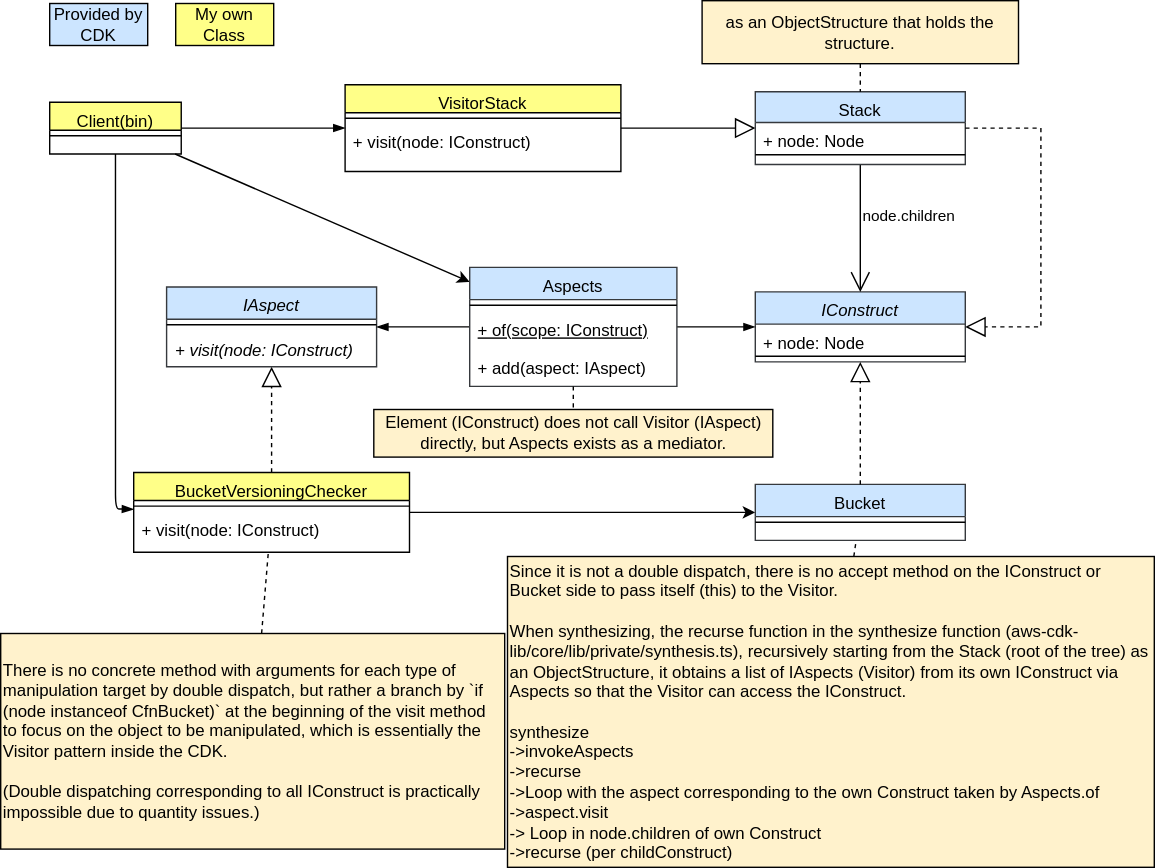
Above: drawio/visitor/visitor-cdk-simplified.drawio.svg in go-to-k/cdk-gof-design-pattern (draw.io), before the change. Source tidied: cells renumbered, new cells last; positions are measured from the earlier drawing's top-left corner, leaving out a move shared by most shapes.
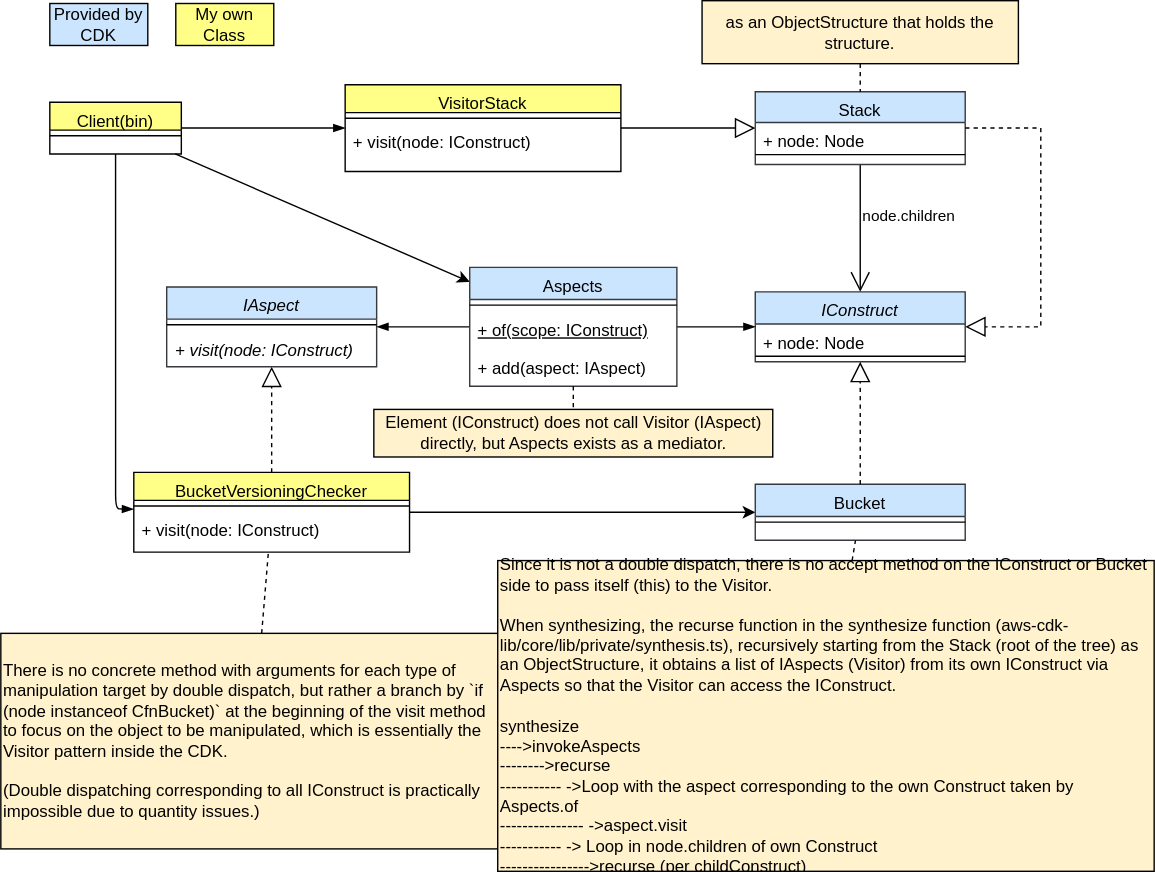
After the change.

Commit message:
update: diagrams comments for visitor pattern again

Change to the diagram source:
```diff
@@ -59,8 +59,8 @@
     <mxCell id="20" style="edgeStyle=none;html=1;dashed=1;strokeColor=#000000;endArrow=none;endFill=0;" parent="1" edge="1" source="21" target="12">
       <mxGeometry relative="1" as="geometry" />
     </mxCell>
-    <mxCell id="21" value="&lt;div&gt;Since it is not a double dispatch, there is no accept method on the IConstruct or Bucket side to pass itself (this) to the Visitor.&lt;/div&gt;&lt;div&gt;&lt;/div&gt;&lt;span style=&quot;text-align: center;&quot;&gt;&lt;br&gt;When synthesizing, the recurse function in the synthesize function (aws-cdk-lib/core/lib/private/synthesis.ts), recursively starting from the Stack (root of the tree) as an ObjectStructure, it obtains a list of IAspects (Visitor) from its own IConstruct via Aspects so that the Visitor can access the IConstruct.&lt;br&gt;&lt;br&gt;&lt;/span&gt;&lt;div&gt;synthesize&lt;/div&gt;&lt;div&gt;&amp;nbsp; -&amp;gt;invokeAspects&lt;/div&gt;&lt;div&gt;&amp;nbsp; &amp;nbsp; -&amp;gt;recurse&lt;/div&gt;&lt;div&gt;&amp;nbsp; &amp;nbsp; &amp;nbsp; -&amp;gt;Loop with the aspect corresponding to the own Construct taken by Aspects.of&lt;/div&gt;&lt;div&gt;&amp;nbsp; &amp;nbsp; &amp;nbsp; &amp;nbsp; -&amp;gt;aspect.visit&lt;/div&gt;&lt;div&gt;&amp;nbsp; &amp;nbsp; &amp;nbsp; -&amp;gt;&lt;span style=&quot;background-color: initial;&quot;&gt;Loop in node.children of own Construct&lt;/span&gt;&lt;/div&gt;&lt;div&gt;&amp;nbsp; &amp;nbsp; &amp;nbsp; &amp;nbsp; -&amp;gt;recurse (per childConstruct)&lt;/div&gt;" style="text;html=1;strokeColor=#000000;fillColor=#fff2cc;align=left;verticalAlign=middle;whiteSpace=wrap;rounded=0;fontColor=#000000;" parent="1" vertex="1">
-      <mxGeometry x="362" y="397" width="462" height="222" as="geometry" />
+    <mxCell id="21" value="&lt;div&gt;Since it is not a double dispatch, there is no accept method on the IConstruct or Bucket side to pass itself (this) to the Visitor.&lt;/div&gt;&lt;div&gt;&lt;/div&gt;&lt;span style=&quot;text-align: center;&quot;&gt;&lt;br&gt;When synthesizing, the recurse function in the synthesize function (aws-cdk-lib/core/lib/private/synthesis.ts), recursively starting from the Stack (root of the tree) as an ObjectStructure, it obtains a list of IAspects (Visitor) from its own IConstruct via Aspects so that the Visitor can access the IConstruct.&lt;br&gt;&lt;br&gt;&lt;/span&gt;&lt;div&gt;synthesize&lt;/div&gt;&lt;div&gt;----&amp;gt;invokeAspects&lt;/div&gt;&lt;span style=&quot;background-color: initial;&quot;&gt;--------&amp;gt;recurse&lt;/span&gt;&lt;br&gt;-----------&lt;span style=&quot;background-color: initial;&quot;&gt;-&amp;gt;Loop with the aspect corresponding to the own Construct taken by Aspects.of&lt;/span&gt;&lt;br&gt;---------------&lt;span style=&quot;background-color: initial;&quot;&gt;-&amp;gt;aspect.visit&lt;/span&gt;&lt;br&gt;-----------&lt;span style=&quot;background-color: initial;&quot;&gt;-&amp;gt;&lt;/span&gt;&lt;span style=&quot;background-color: initial;&quot;&gt;Loop in node.children of own Construct&lt;/span&gt;&lt;br&gt;&lt;div&gt;----------------&amp;gt;recurse (per childConstruct)&lt;/div&gt;" style="text;html=1;strokeColor=#000000;fillColor=#fff2cc;align=left;verticalAlign=middle;whiteSpace=wrap;rounded=0;fontColor=#000000;" parent="1" vertex="1">
+      <mxGeometry x="355" y="400" width="469" height="222" as="geometry" />
     </mxCell>
     <mxCell id="22" value="node.children" style="endArrow=open;html=1;endSize=12;startArrow=none;startSize=14;startFill=0;edgeStyle=orthogonalEdgeStyle;align=left;verticalAlign=bottom;rounded=0;fontColor=#000000;strokeColor=#000000;labelBackgroundColor=none;" parent="1" edge="1" source="23" target="14">
       <mxGeometry relative="1" as="geometry" />
```
